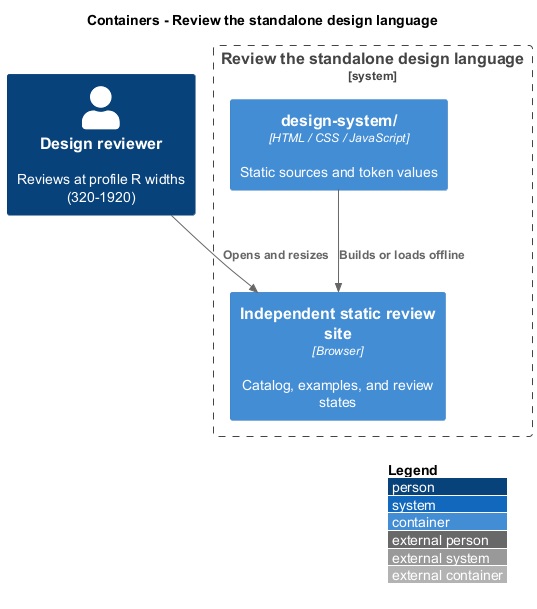
QuinntyneBrown/mission-control keeps this PlantUML diagram as docs/detailed-designs/artifacts/review-design-language/diagrams/c4-container.png. Above is the earlier version.
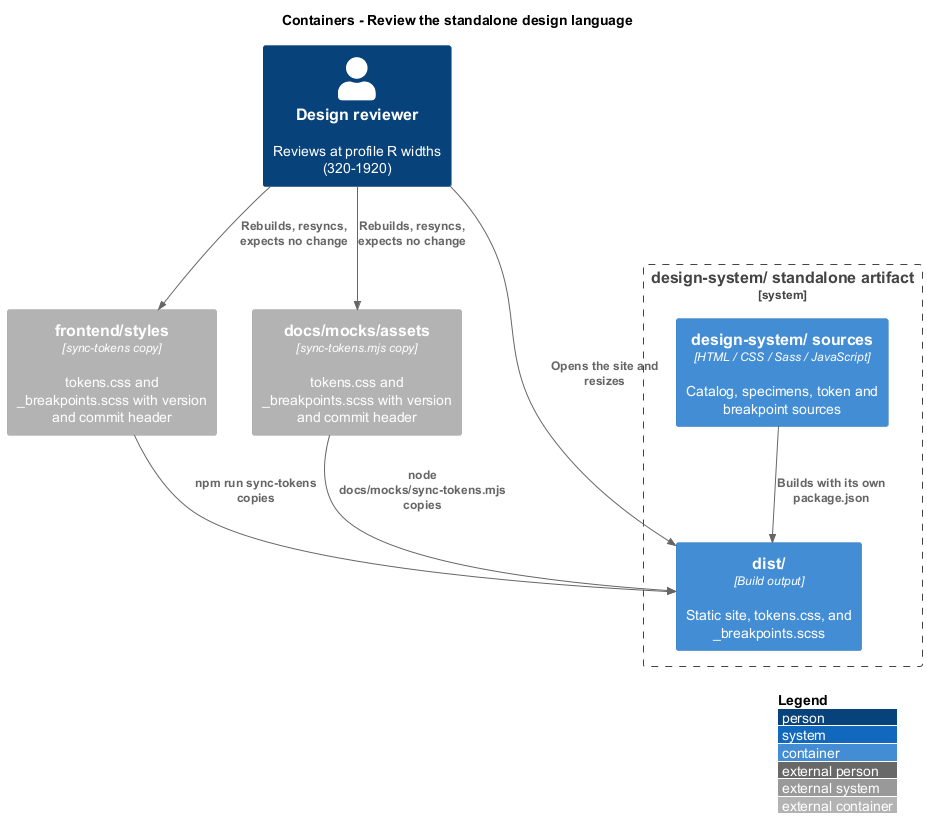
Later version of the same file.

The edit, as a diff of the source:
```diff
@@ -3,10 +3,16 @@
 LAYOUT_WITH_LEGEND()
 title Containers - Review the standalone design language
 Person(reviewer, "Design reviewer", "Reviews at profile R widths (320-1920)")
-System_Boundary(artifact, "Review the standalone design language") {
-  Container(source, "design-system/", "HTML / CSS / JavaScript", "Static sources and token values")
-  Container(site, "Independent static review site", "Browser", "Catalog, examples, and review states")
+System_Boundary(artifact, "design-system/ standalone artifact") {
+  Container(source, "design-system/ sources", "HTML / CSS / Sass / JavaScript", "Catalog, specimens, token and breakpoint sources")
+  Container(dist, "dist/", "Build output", "Static site, tokens.css, and _breakpoints.scss")
 }
-Rel(source, site, "Builds or loads offline")
-Rel(reviewer, site, "Opens and resizes")
+Container_Ext(frontendMirror, "frontend/styles", "sync-tokens copy", "tokens.css and _breakpoints.scss with version and commit header")
+Container_Ext(mockMirror, "docs/mocks/assets", "sync-tokens.mjs copy", "tokens.css and _breakpoints.scss with version and commit header")
+Rel(source, dist, "Builds with its own package.json")
+Rel(frontendMirror, dist, "npm run sync-tokens copies")
+Rel(mockMirror, dist, "node docs/mocks/sync-tokens.mjs copies")
+Rel(reviewer, dist, "Opens the site and resizes")
+Rel(reviewer, frontendMirror, "Rebuilds, resyncs, expects no change")
+Rel(reviewer, mockMirror, "Rebuilds, resyncs, expects no change")
 @enduml
```
